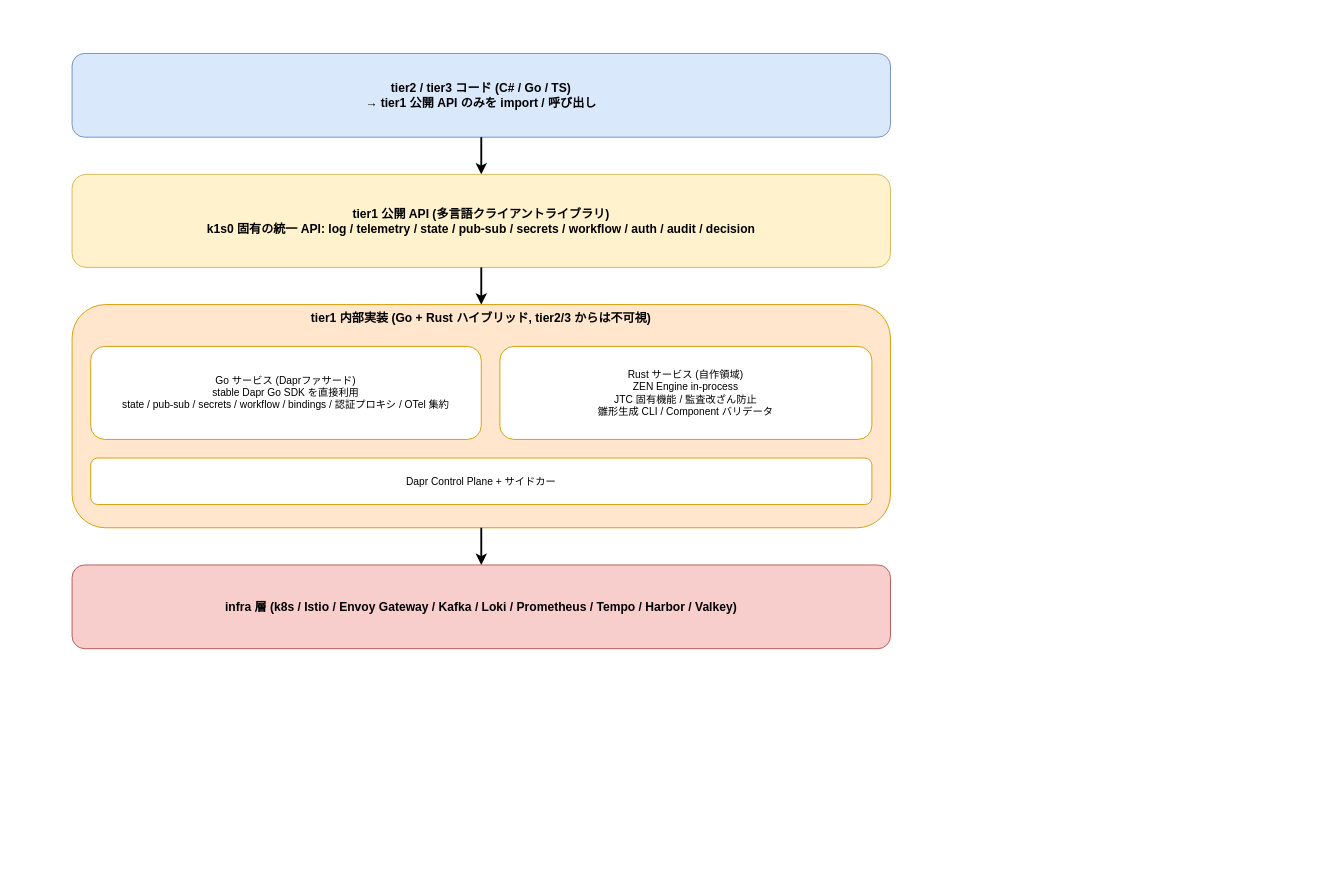
Earlier version of the draw.io diagram docs/02_構想設計/02_tier1設計/img/Dapr隠蔽.drawio (RyuheiKiso/k1s0). Source tidied: cells renumbered, new cells numbered last; positions are measured from the earlier drawing's top-left corner, leaving out a move shared by most shapes. Both pictures are drawn from the tidied source at 93%, with x=0, y=0 at pixel (72, 53).
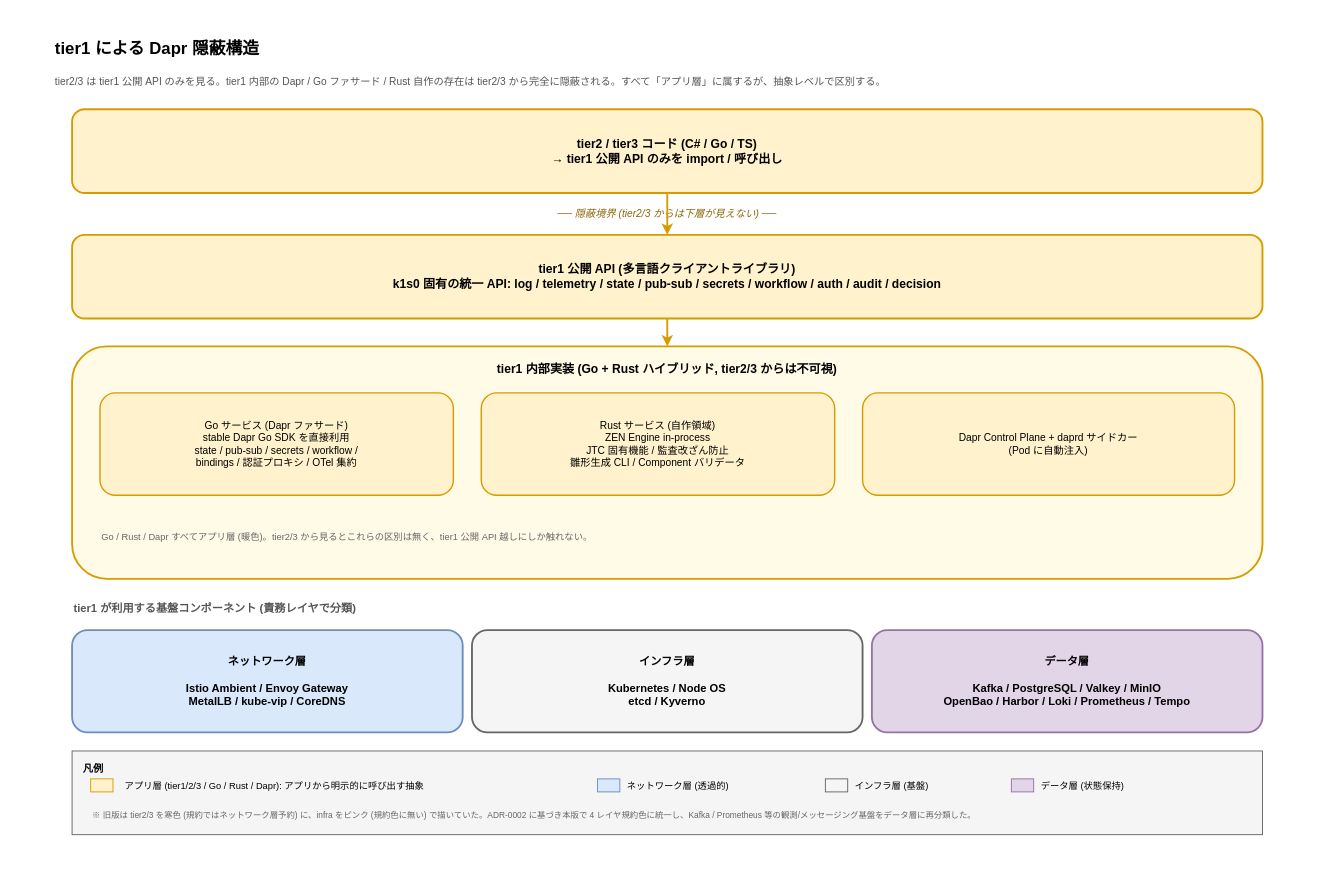
The same page after the edit.

The edit, as a diff of the source:
```diff
@@
+    <mxCell id="12" style="rounded=0;whiteSpace=wrap;html=1;fillColor=#FFFFFF;strokeColor=none;" parent="1" vertex="1">
+      <mxGeometry x="-60" y="-40" width="1400" height="900" as="geometry" />
+    </mxCell>
+    <mxCell id="13" value="tier1 による Dapr 隠蔽構造" style="text;html=1;strokeColor=none;fillColor=none;align=left;verticalAlign=middle;whiteSpace=wrap;rounded=0;fontSize=18;fontStyle=1;" parent="1" vertex="1">
+      <mxGeometry x="-20" y="-20" width="900" height="30" as="geometry" />
+    </mxCell>
+    <mxCell id="14" value="tier2/3 は tier1 公開 API のみを見る。tier1 内部の Dapr / Go ファサード / Rust 自作の存在は tier2/3 から完全に隠蔽される。すべて「アプリ層」に属するが、抽象レベルで区別する。" style="text;html=1;strokeColor=none;fillColor=none;align=left;verticalAlign=middle;whiteSpace=wrap;rounded=0;fontSize=11;fontColor=#555555;" parent="1" vertex="1">
+      <mxGeometry x="-20" y="15" width="1300" height="30" as="geometry" />
+    </mxCell>
-    <mxCell id="2" value="tier2 / tier3 コード (C# / Go / TS)&#10;→ tier1 公開 API のみを import / 呼び出し" style="rounded=1;whiteSpace=wrap;html=1;fillColor=#dae8fc;strokeColor=#6c8ebf;fontSize=13;fontStyle=1;align=center;" parent="1" vertex="1">
-      <mxGeometry width="880" height="90" as="geometry" />
+    <mxCell id="2" value="tier2 / tier3 コード (C# / Go / TS)&#10;→ tier1 公開 API のみを import / 呼び出し" style="rounded=1;whiteSpace=wrap;html=1;fillColor=#fff2cc;strokeColor=#d79b00;strokeWidth=2;fontSize=13;fontStyle=1;align=center;verticalAlign=middle;" parent="1" vertex="1">
+      <mxGeometry y="60" width="1280" height="90" as="geometry" />
     </mxCell>
+    <mxCell id="15" value="── 隠蔽境界 (tier2/3 からは下層が見えない) ──" style="text;html=1;strokeColor=none;fillColor=none;align=center;verticalAlign=middle;whiteSpace=wrap;rounded=0;fontSize=11;fontStyle=2;fontColor=#8b6508;" parent="1" vertex="1">
+      <mxGeometry y="160" width="1280" height="24" as="geometry" />
+    </mxCell>
-    <mxCell id="3" value="tier1 公開 API (多言語クライアントライブラリ)&#10;k1s0 固有の統一 API: log / telemetry / state / pub-sub / secrets / workflow / auth / audit / decision" style="rounded=1;whiteSpace=wrap;html=1;fillColor=#fff2cc;strokeColor=#d6b656;fontSize=13;fontStyle=1;align=center;" parent="1" vertex="1">
-      <mxGeometry y="130" width="880" height="100" as="geometry" />
+    <mxCell id="3" value="tier1 公開 API (多言語クライアントライブラリ)&#10;k1s0 固有の統一 API: log / telemetry / state / pub-sub / secrets / workflow / auth / audit / decision" style="rounded=1;whiteSpace=wrap;html=1;fillColor=#fff2cc;strokeColor=#d79b00;strokeWidth=2;fontSize=13;fontStyle=1;align=center;verticalAlign=middle;" parent="1" vertex="1">
+      <mxGeometry y="195" width="1280" height="90" as="geometry" />
     </mxCell>
-    <mxCell id="4" value="tier1 内部実装 (Go + Rust ハイブリッド, tier2/3 からは不可視)" style="rounded=1;whiteSpace=wrap;html=1;fillColor=#ffe6cc;strokeColor=#d79b00;fontSize=13;fontStyle=1;align=center;verticalAlign=top;" parent="1" vertex="1">
-      <mxGeometry y="270" width="880" height="240" as="geometry" />
+    <mxCell id="4" value="tier1 内部実装 (Go + Rust ハイブリッド, tier2/3 からは不可視)" style="rounded=1;whiteSpace=wrap;html=1;fillColor=#fffbe6;strokeColor=#d79b00;strokeWidth=2;fontSize=13;fontStyle=1;align=center;verticalAlign=top;spacingTop=10;" parent="1" vertex="1">
+      <mxGeometry y="315" width="1280" height="250" as="geometry" />
     </mxCell>
-    <mxCell id="5" value="Go サービス (Daprファサード)&#10;stable Dapr Go SDK を直接利用&#10;state / pub-sub / secrets / workflow / bindings / 認証プロキシ / OTel 集約" style="rounded=1;whiteSpace=wrap;html=1;fillColor=#ffffff;strokeColor=#d79b00;fontSize=11;align=center;" parent="1" vertex="1">
-      <mxGeometry x="20" y="315" width="420" height="100" as="geometry" />
+    <mxCell id="5" value="Go サービス (Dapr ファサード)&#10;stable Dapr Go SDK を直接利用&#10;state / pub-sub / secrets / workflow /&#10;bindings / 認証プロキシ / OTel 集約" style="rounded=1;whiteSpace=wrap;html=1;fillColor=#fff2cc;strokeColor=#d79b00;strokeWidth=1.5;fontSize=11;align=center;verticalAlign=middle;" parent="1" vertex="1">
+      <mxGeometry x="30" y="365" width="380" height="110" as="geometry" />
     </mxCell>
-    <mxCell id="6" value="Rust サービス (自作領域)&#10;ZEN Engine in-process&#10;JTC 固有機能 / 監査改ざん防止&#10;雛形生成 CLI / Component バリデータ" style="rounded=1;whiteSpace=wrap;html=1;fillColor=#ffffff;strokeColor=#d79b00;fontSize=11;align=center;" parent="1" vertex="1">
-      <mxGeometry x="460" y="315" width="400" height="100" as="geometry" />
+    <mxCell id="6" value="Rust サービス (自作領域)&#10;ZEN Engine in-process&#10;JTC 固有機能 / 監査改ざん防止&#10;雛形生成 CLI / Component バリデータ" style="rounded=1;whiteSpace=wrap;html=1;fillColor=#fff2cc;strokeColor=#d79b00;strokeWidth=1.5;fontSize=11;align=center;verticalAlign=middle;" parent="1" vertex="1">
+      <mxGeometry x="440" y="365" width="380" height="110" as="geometry" />
     </mxCell>
-    <mxCell id="7" value="Dapr Control Plane + サイドカー" style="rounded=1;whiteSpace=wrap;html=1;fillColor=#ffffff;strokeColor=#d79b00;fontSize=11;align=center;" parent="1" vertex="1">
-      <mxGeometry x="20" y="435" width="840" height="50" as="geometry" />
+    <mxCell id="7" value="Dapr Control Plane + daprd サイドカー&#10;(Pod に自動注入)" style="rounded=1;whiteSpace=wrap;html=1;fillColor=#fff2cc;strokeColor=#d79b00;strokeWidth=1.5;fontSize=11;align=center;verticalAlign=middle;" parent="1" vertex="1">
+      <mxGeometry x="850" y="365" width="400" height="110" as="geometry" />
     </mxCell>
-    <mxCell id="8" value="infra 層 (k8s / Istio / Envoy Gateway / Kafka / Loki / Prometheus / Tempo / Harbor / Valkey)" style="rounded=1;whiteSpace=wrap;html=1;fillColor=#f8cecc;strokeColor=#b85450;fontSize=13;fontStyle=1;align=center;" parent="1" vertex="1">
-      <mxGeometry y="550" width="880" height="90" as="geometry" />
-    </mxCell>
+    <mxCell id="16" value="Go / Rust / Dapr すべてアプリ層 (暖色)。tier2/3 から見るとこれらの区別は無く、tier1 公開 API 越しにしか触れない。" style="text;html=1;strokeColor=none;fillColor=none;align=left;verticalAlign=middle;whiteSpace=wrap;rounded=0;fontSize=10;fontColor=#666666;" parent="1" vertex="1">
+      <mxGeometry x="30" y="495" width="1220" height="50" as="geometry" />
+    </mxCell>
+    <mxCell id="17" value="tier1 が利用する基盤コンポーネント (責務レイヤで分類)" style="text;html=1;strokeColor=none;fillColor=none;align=left;verticalAlign=middle;whiteSpace=wrap;rounded=0;fontSize=12;fontStyle=1;fontColor=#555555;" parent="1" vertex="1">
+      <mxGeometry y="585" width="700" height="24" as="geometry" />
+    </mxCell>
+    <mxCell id="18" value="ネットワーク層&#10;&#10;Istio Ambient / Envoy Gateway&#10;MetalLB / kube-vip / CoreDNS" style="rounded=1;whiteSpace=wrap;html=1;fillColor=#dae8fc;strokeColor=#6c8ebf;strokeWidth=2;fontSize=12;fontStyle=1;align=center;verticalAlign=middle;" parent="1" vertex="1">
+      <mxGeometry y="620" width="420" height="110" as="geometry" />
+    </mxCell>
+    <mxCell id="19" value="インフラ層&#10;&#10;Kubernetes / Node OS&#10;etcd / Kyverno" style="rounded=1;whiteSpace=wrap;html=1;fillColor=#f5f5f5;strokeColor=#666666;strokeWidth=2;fontSize=12;fontStyle=1;align=center;verticalAlign=middle;" parent="1" vertex="1">
+      <mxGeometry x="430" y="620" width="420" height="110" as="geometry" />
+    </mxCell>
+    <mxCell id="20" value="データ層&#10;&#10;Kafka / PostgreSQL / Valkey / MinIO&#10;OpenBao / Harbor / Loki / Prometheus / Tempo" style="rounded=1;whiteSpace=wrap;html=1;fillColor=#e1d5e7;strokeColor=#9673a6;strokeWidth=2;fontSize=12;fontStyle=1;align=center;verticalAlign=middle;" parent="1" vertex="1">
+      <mxGeometry x="860" y="620" width="420" height="110" as="geometry" />
+    </mxCell>
-    <mxCell id="9" style="endArrow=classic;html=1;strokeWidth=2;" parent="1" edge="1" source="2" target="3">
+    <mxCell id="9" style="endArrow=classic;html=1;strokeWidth=2;strokeColor=#d79b00;" parent="1" edge="1" source="2" target="3">
       <mxGeometry relative="1" as="geometry" />
     </mxCell>
-    <mxCell id="10" style="endArrow=classic;html=1;strokeWidth=2;" parent="1" edge="1" source="3" target="4">
+    <mxCell id="10" style="endArrow=classic;html=1;strokeWidth=2;strokeColor=#d79b00;" parent="1" edge="1" source="3" target="4">
       <mxGeometry relative="1" as="geometry" />
     </mxCell>
-    <mxCell id="11" style="endArrow=classic;html=1;strokeWidth=2;" parent="1" edge="1" source="4" target="8">
-      <mxGeometry relative="1" as="geometry" />
-    </mxCell>
+    <mxCell id="21" value="凡例" style="rounded=0;whiteSpace=wrap;html=1;fillColor=#f5f5f5;strokeColor=#666666;fontSize=11;fontStyle=1;verticalAlign=top;align=left;spacingTop=6;spacingLeft=10;" parent="1" vertex="1">
+      <mxGeometry y="750" width="1280" height="90" as="geometry" />
+    </mxCell>
+    <mxCell id="22" style="rounded=0;whiteSpace=wrap;html=1;fillColor=#fff2cc;strokeColor=#d79b00;" parent="1" vertex="1">
+      <mxGeometry x="20" y="780" width="24" height="14" as="geometry" />
+    </mxCell>
+    <mxCell id="23" value="アプリ層 (tier1/2/3 / Go / Rust / Dapr): アプリから明示的に呼び出す抽象" style="text;html=1;strokeColor=none;fillColor=none;align=left;verticalAlign=middle;fontSize=10;" parent="1" vertex="1">
+      <mxGeometry x="55" y="775" width="500" height="24" as="geometry" />
+    </mxCell>
+    <mxCell id="24" style="rounded=0;whiteSpace=wrap;html=1;fillColor=#dae8fc;strokeColor=#6c8ebf;" parent="1" vertex="1">
+      <mxGeometry x="565" y="780" width="24" height="14" as="geometry" />
+    </mxCell>
+    <mxCell id="25" value="ネットワーク層 (透過的)" style="text;html=1;strokeColor=none;fillColor=none;align=left;verticalAlign=middle;fontSize=10;" parent="1" vertex="1">
+      <mxGeometry x="595" y="775" width="200" height="24" as="geometry" />
+    </mxCell>
+    <mxCell id="26" style="rounded=0;whiteSpace=wrap;html=1;fillColor=#f5f5f5;strokeColor=#666666;" parent="1" vertex="1">
+      <mxGeometry x="810" y="780" width="24" height="14" as="geometry" />
+    </mxCell>
+    <mxCell id="27" value="インフラ層 (基盤)" style="text;html=1;strokeColor=none;fillColor=none;align=left;verticalAlign=middle;fontSize=10;" parent="1" vertex="1">
+      <mxGeometry x="840" y="775" width="150" height="24" as="geometry" />
+    </mxCell>
+    <mxCell id="28" style="rounded=0;whiteSpace=wrap;html=1;fillColor=#e1d5e7;strokeColor=#9673a6;" parent="1" vertex="1">
+      <mxGeometry x="1010" y="780" width="24" height="14" as="geometry" />
+    </mxCell>
+    <mxCell id="29" value="データ層 (状態保持)" style="text;html=1;strokeColor=none;fillColor=none;align=left;verticalAlign=middle;fontSize=10;" parent="1" vertex="1">
+      <mxGeometry x="1040" y="775" width="180" height="24" as="geometry" />
+    </mxCell>
+    <mxCell id="30" value="※ 旧版は tier2/3 を寒色 (規約ではネットワーク層予約) に、infra をピンク (規約色に無い) で描いていた。ADR-0002 に基づき本版で 4 レイヤ規約色に統一し、Kafka / Prometheus 等の観測/メッセージング基盤をデータ層に再分類した。" style="text;html=1;strokeColor=none;fillColor=none;align=left;verticalAlign=top;whiteSpace=wrap;rounded=0;fontSize=9;fontColor=#666666;" parent="1" vertex="1">
+      <mxGeometry x="20" y="808" width="1240" height="30" as="geometry" />
+    </mxCell>
```
